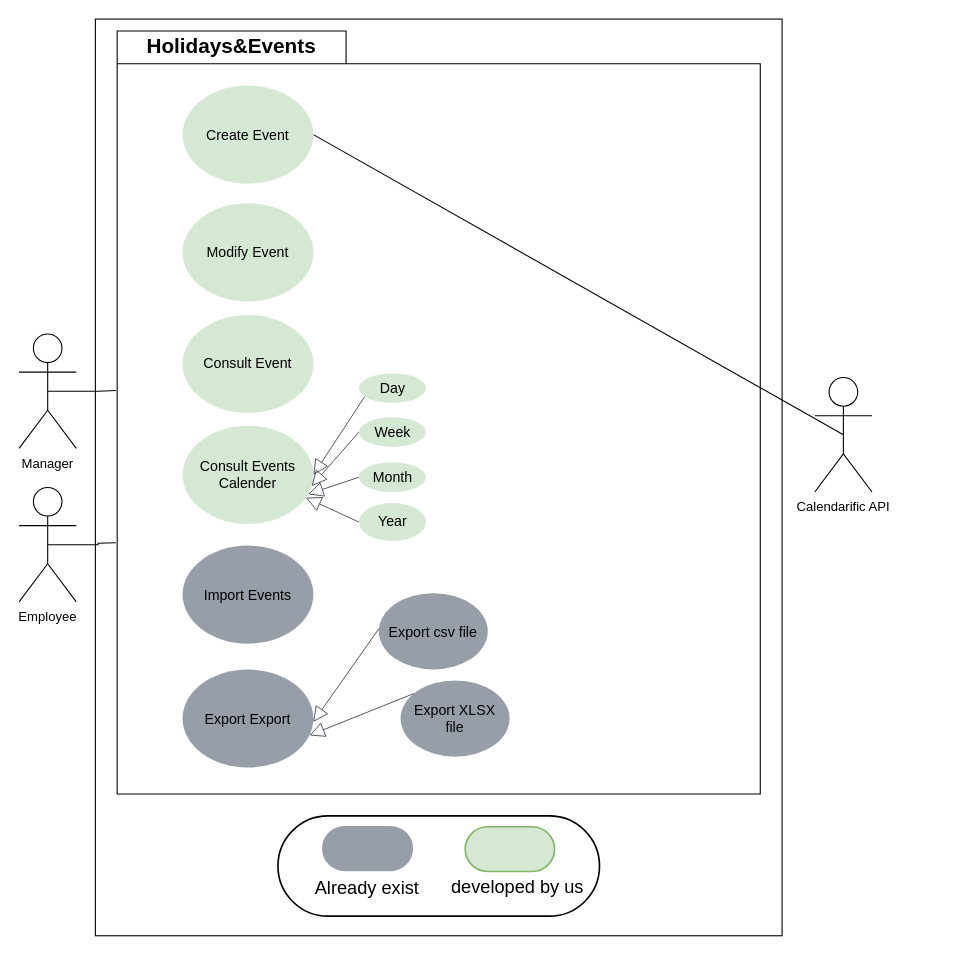
The draw.io diagram useCaseCalendar.drawio in oarouay/CV, before the edit. Source tidied: cells renumbered, new cells numbered last; positions are measured from the earlier drawing's top-left corner, leaving out a move shared by most shapes. Both pictures are drawn from the tidied source at 109%, with x=0, y=0 at pixel (19, 19).
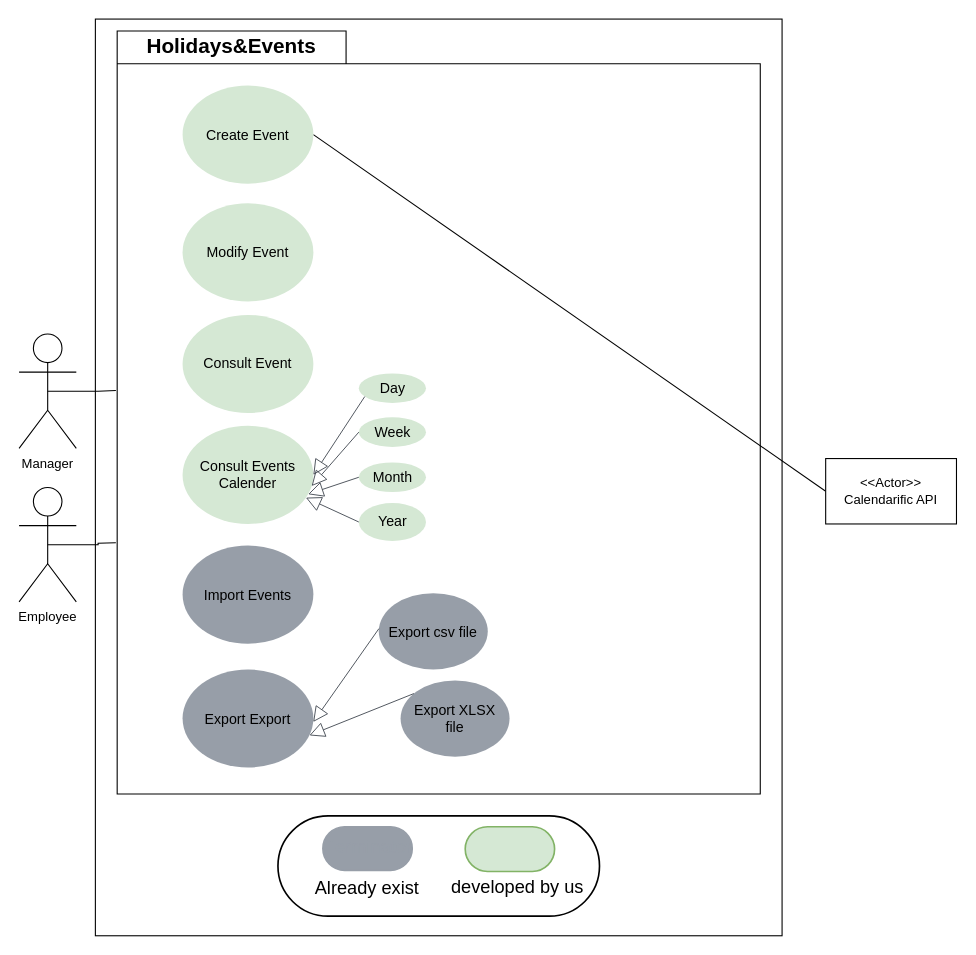
The same diagram, later.

Unchanged cells that the change refers to:
```xml
<mxCell id="23" value="Create Event" style="html=1;overflow=block;blockSpacing=1;whiteSpace=wrap;ellipse;fontSize=13;spacing=3.8;strokeOpacity=0;fillOpacity=100;rounded=1;absoluteArcSize=1;arcSize=9;fillColor=#d5e8d4;strokeWidth=1.5;lucidId=~xIeha3OeAVz;strokeColor=#82b366;" parent="1" vertex="1">
  <mxGeometry x="150" y="61" width="120" height="90" as="geometry" />
</mxCell>
```

The edit, as a diff of the source:
```diff
@@
-    <mxCell id="8" style="rounded=0;jettySize=auto;html=1;exitX=0.5;exitY=0.5;exitDx=0;exitDy=0;exitPerimeter=0;entryX=1;entryY=0.5;entryDx=0;entryDy=0;endArrow=none;startFill=0;" parent="1" edge="1" source="9" target="23">
+    <mxCell id="8" style="rounded=0;jettySize=auto;html=1;exitX=0;exitY=0.5;exitDx=0;exitDy=0;entryX=1;entryY=0.5;entryDx=0;entryDy=0;endArrow=none;startFill=0;" parent="1" edge="1" source="37" target="23">
       <mxGeometry relative="1" as="geometry" />
     </mxCell>
-    <mxCell id="9" value="Calendarific API" style="shape=umlActor;verticalLabelPosition=bottom;verticalAlign=top;html=1;outlineConnect=0;" parent="1" vertex="1">
-      <mxGeometry x="730" y="328.9" width="52.5" height="105" as="geometry" />
-    </mxCell>
@@
+    <mxCell id="37" value="&amp;lt;&amp;lt;Actor&amp;gt;&amp;gt;&lt;br&gt;Calendarific API" style="rounded=0;whiteSpace=wrap;html=1;" parent="1" vertex="1">
+      <mxGeometry x="740" y="403.2" width="120" height="60" as="geometry" />
+    </mxCell>
```
